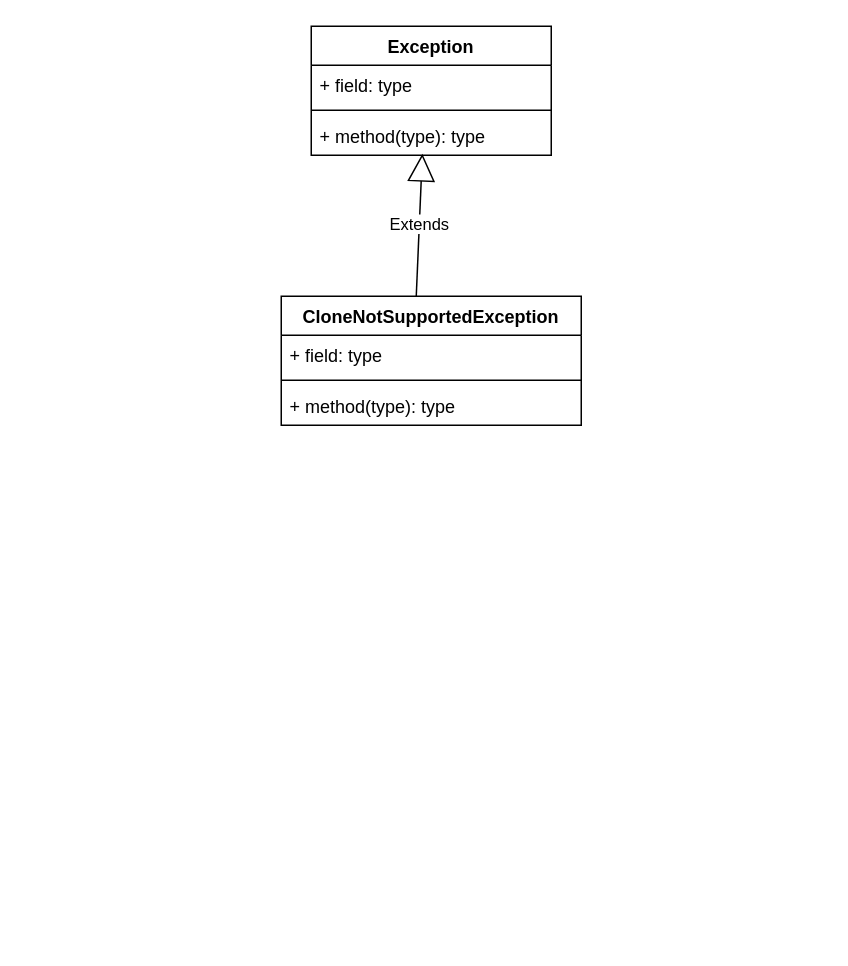
Above: page "异常" (2 of 7) of JDK.drawio in tadsimons/draw (draw.io), before the change. Source tidied: cells renumbered, new cells numbered last; positions are measured from the earlier drawing's top-left corner, leaving out a move shared by most shapes. Both pictures are drawn from the tidied source at 150%, with x=0, y=0 at pixel (280, 26).
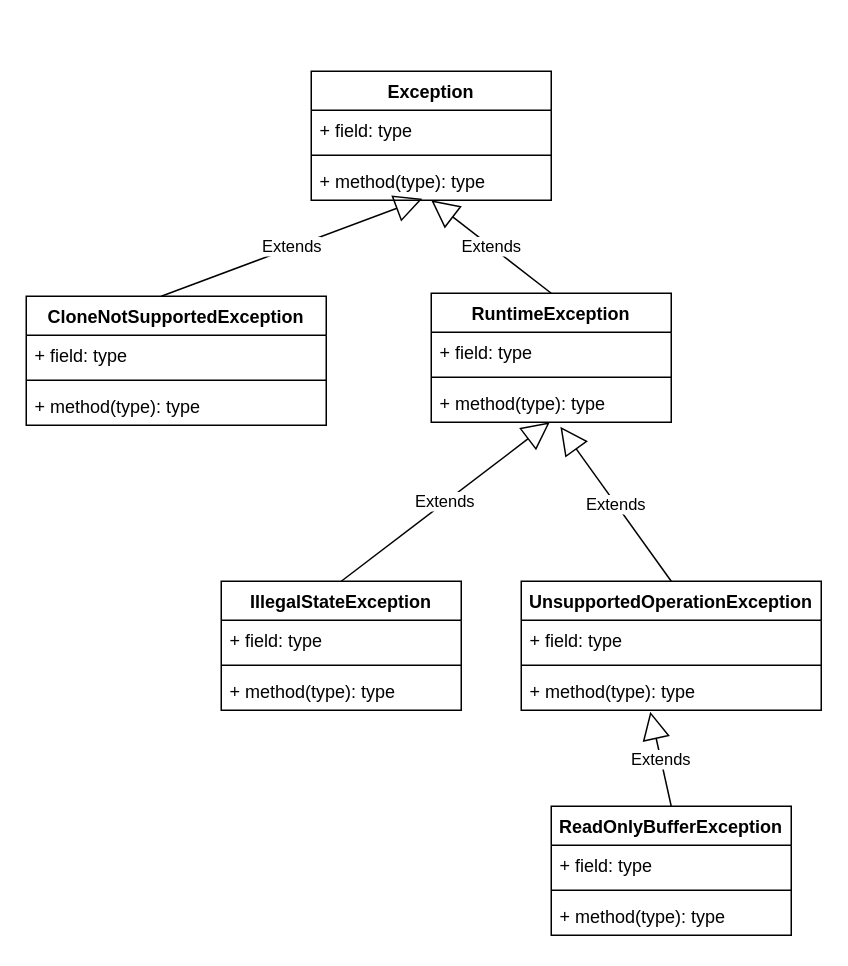
The same page after the edit.

Diff of the diagram source:
```diff
@@
+    <mxCell id="7" value="Exception" style="swimlane;fontStyle=1;align=center;verticalAlign=top;horizontal=1;startSize=26;" parent="1" vertex="1">
+      <mxGeometry x="20" y="30" width="160" height="86" as="geometry" />
+    </mxCell>
+    <mxCell id="8" value="+ field: type" style="text;strokeColor=none;fillColor=none;align=left;verticalAlign=top;spacingLeft=4;spacingRight=4;overflow=hidden;" parent="7" vertex="1">
+      <mxGeometry y="26" width="160" height="26" as="geometry" />
+    </mxCell>
+    <mxCell id="9" style="line;strokeWidth=1;fillColor=none;align=left;verticalAlign=middle;spacingTop=-1;spacingLeft=3;spacingRight=3;labelPosition=right;" parent="7" vertex="1">
+      <mxGeometry y="52" width="160" height="8" as="geometry" />
+    </mxCell>
+    <mxCell id="10" value="+ method(type): type" style="text;strokeColor=none;fillColor=none;align=left;verticalAlign=top;spacingLeft=4;spacingRight=4;overflow=hidden;points=[[0,0.5],[1,0.5]];portConstraint=eastwest;" parent="7" vertex="1">
+      <mxGeometry y="60" width="160" height="26" as="geometry" />
+    </mxCell>
+    <mxCell id="11" value="Extends" style="endArrow=block;endSize=16;endFill=0;html=1;exitX=0.5;exitY=0;exitDx=0;exitDy=0;" parent="7" edge="1" source="12">
+      <mxGeometry relative="1" as="geometry">
+        <mxPoint x="80" y="86" as="targetPoint" />
+      </mxGeometry>
+    </mxCell>
     <mxCell id="2" value="CloneNotSupportedException" style="swimlane;fontStyle=1;align=center;verticalAlign=top;horizontal=1;startSize=26;" parent="1" vertex="1">
-      <mxGeometry y="180" width="200" height="86" as="geometry" />
+      <mxGeometry x="-170" y="180" width="200" height="86" as="geometry" />
     </mxCell>
@@
-    <mxCell id="7" value="Exception" style="swimlane;fontStyle=1;align=center;verticalAlign=top;horizontal=1;startSize=26;" parent="1" vertex="1">
-      <mxGeometry x="20" width="160" height="86" as="geometry" />
-    </mxCell>
-    <mxCell id="8" value="+ field: type" style="text;strokeColor=none;fillColor=none;align=left;verticalAlign=top;spacingLeft=4;spacingRight=4;overflow=hidden;" parent="7" vertex="1">
-      <mxGeometry y="26" width="160" height="26" as="geometry" />
-    </mxCell>
-    <mxCell id="9" style="line;strokeWidth=1;fillColor=none;align=left;verticalAlign=middle;spacingTop=-1;spacingLeft=3;spacingRight=3;labelPosition=right;" parent="7" vertex="1">
-      <mxGeometry y="52" width="160" height="8" as="geometry" />
-    </mxCell>
-    <mxCell id="10" value="+ method(type): type" style="text;strokeColor=none;fillColor=none;align=left;verticalAlign=top;spacingLeft=4;spacingRight=4;overflow=hidden;points=[[0,0.5],[1,0.5]];portConstraint=eastwest;" parent="7" vertex="1">
-      <mxGeometry y="60" width="160" height="26" as="geometry" />
-    </mxCell>
+    <mxCell id="12" value="RuntimeException" style="swimlane;fontStyle=1;align=center;verticalAlign=top;horizontal=1;startSize=26;strokeColor=#000000;fillColor=#FFFFFF;" parent="1" vertex="1">
+      <mxGeometry x="100" y="178" width="160" height="86" as="geometry" />
+    </mxCell>
+    <mxCell id="13" value="+ field: type" style="text;strokeColor=none;fillColor=none;align=left;verticalAlign=top;spacingLeft=4;spacingRight=4;overflow=hidden;" parent="12" vertex="1">
+      <mxGeometry y="26" width="160" height="26" as="geometry" />
+    </mxCell>
+    <mxCell id="14" style="line;strokeWidth=1;fillColor=none;align=left;verticalAlign=middle;spacingTop=-1;spacingLeft=3;spacingRight=3;labelPosition=right;" parent="12" vertex="1">
+      <mxGeometry y="52" width="160" height="8" as="geometry" />
+    </mxCell>
+    <mxCell id="15" value="+ method(type): type" style="text;strokeColor=none;fillColor=none;align=left;verticalAlign=top;spacingLeft=4;spacingRight=4;overflow=hidden;points=[[0,0.5],[1,0.5]];portConstraint=eastwest;" parent="12" vertex="1">
+      <mxGeometry y="60" width="160" height="26" as="geometry" />
+    </mxCell>
+    <mxCell id="16" value="IllegalStateException" style="swimlane;fontStyle=1;align=center;verticalAlign=top;horizontal=1;startSize=26;strokeColor=#000000;fillColor=#FFFFFF;" parent="1" vertex="1">
+      <mxGeometry x="-40" y="370" width="160" height="86" as="geometry" />
+    </mxCell>
+    <mxCell id="17" value="Extends" style="endArrow=block;endSize=16;endFill=0;html=1;entryX=0.494;entryY=1;entryDx=0;entryDy=0;entryPerimeter=0;" parent="16" edge="1" target="15">
+      <mxGeometry relative="1" as="geometry">
+        <mxPoint x="80" as="sourcePoint" />
+      </mxGeometry>
+    </mxCell>
+    <mxCell id="18" value="+ field: type" style="text;strokeColor=none;fillColor=none;align=left;verticalAlign=top;spacingLeft=4;spacingRight=4;overflow=hidden;" parent="16" vertex="1">
+      <mxGeometry y="26" width="160" height="26" as="geometry" />
+    </mxCell>
+    <mxCell id="19" style="line;strokeWidth=1;fillColor=none;align=left;verticalAlign=middle;spacingTop=-1;spacingLeft=3;spacingRight=3;labelPosition=right;" parent="16" vertex="1">
+      <mxGeometry y="52" width="160" height="8" as="geometry" />
+    </mxCell>
+    <mxCell id="20" value="+ method(type): type" style="text;strokeColor=none;fillColor=none;align=left;verticalAlign=top;spacingLeft=4;spacingRight=4;overflow=hidden;" parent="16" vertex="1">
+      <mxGeometry y="60" width="160" height="26" as="geometry" />
+    </mxCell>
+    <mxCell id="21" value="UnsupportedOperationException" style="swimlane;fontStyle=1;align=center;verticalAlign=top;horizontal=1;startSize=26;fillColor=#FFFFFF;" parent="1" vertex="1">
+      <mxGeometry x="160" y="370" width="200" height="86" as="geometry" />
+    </mxCell>
+    <mxCell id="22" value="Extends" style="endArrow=block;endSize=16;endFill=0;html=1;entryX=0.538;entryY=1.115;entryDx=0;entryDy=0;entryPerimeter=0;" parent="21" edge="1" target="15">
+      <mxGeometry relative="1" as="geometry">
+        <mxPoint x="100" as="sourcePoint" />
+      </mxGeometry>
+    </mxCell>
+    <mxCell id="23" value="+ field: type" style="text;strokeColor=none;fillColor=none;align=left;verticalAlign=top;spacingLeft=4;spacingRight=4;overflow=hidden;" parent="21" vertex="1">
+      <mxGeometry y="26" width="200" height="26" as="geometry" />
+    </mxCell>
+    <mxCell id="24" style="line;strokeWidth=1;fillColor=none;align=left;verticalAlign=middle;spacingTop=-1;spacingLeft=3;spacingRight=3;labelPosition=right;" parent="21" vertex="1">
+      <mxGeometry y="52" width="200" height="8" as="geometry" />
+    </mxCell>
+    <mxCell id="25" value="+ method(type): type" style="text;strokeColor=none;fillColor=none;align=left;verticalAlign=top;spacingLeft=4;spacingRight=4;overflow=hidden;points=[[0,0.5],[1,0.5]];portConstraint=eastwest;" parent="21" vertex="1">
+      <mxGeometry y="60" width="200" height="26" as="geometry" />
+    </mxCell>
+    <mxCell id="26" value="ReadOnlyBufferException" style="swimlane;fontStyle=1;align=center;verticalAlign=top;horizontal=1;startSize=26;fillColor=#FFFFFF;" parent="1" vertex="1">
+      <mxGeometry x="180" y="520" width="160" height="86" as="geometry" />
+    </mxCell>
+    <mxCell id="27" value="Extends" style="endArrow=block;endSize=16;endFill=0;html=1;entryX=0.43;entryY=1.038;entryDx=0;entryDy=0;entryPerimeter=0;" parent="26" edge="1" target="25">
+      <mxGeometry relative="1" as="geometry">
+        <mxPoint x="80" as="sourcePoint" />
+      </mxGeometry>
+    </mxCell>
+    <mxCell id="28" value="+ field: type" style="text;strokeColor=none;fillColor=none;align=left;verticalAlign=top;spacingLeft=4;spacingRight=4;overflow=hidden;" parent="26" vertex="1">
+      <mxGeometry y="26" width="160" height="26" as="geometry" />
+    </mxCell>
+    <mxCell id="29" style="line;strokeWidth=1;fillColor=none;align=left;verticalAlign=middle;spacingTop=-1;spacingLeft=3;spacingRight=3;labelPosition=right;" parent="26" vertex="1">
+      <mxGeometry y="52" width="160" height="8" as="geometry" />
+    </mxCell>
+    <mxCell id="30" value="+ method(type): type" style="text;strokeColor=none;fillColor=none;align=left;verticalAlign=top;spacingLeft=4;spacingRight=4;overflow=hidden;" parent="26" vertex="1">
+      <mxGeometry y="60" width="160" height="26" as="geometry" />
+    </mxCell>
```
